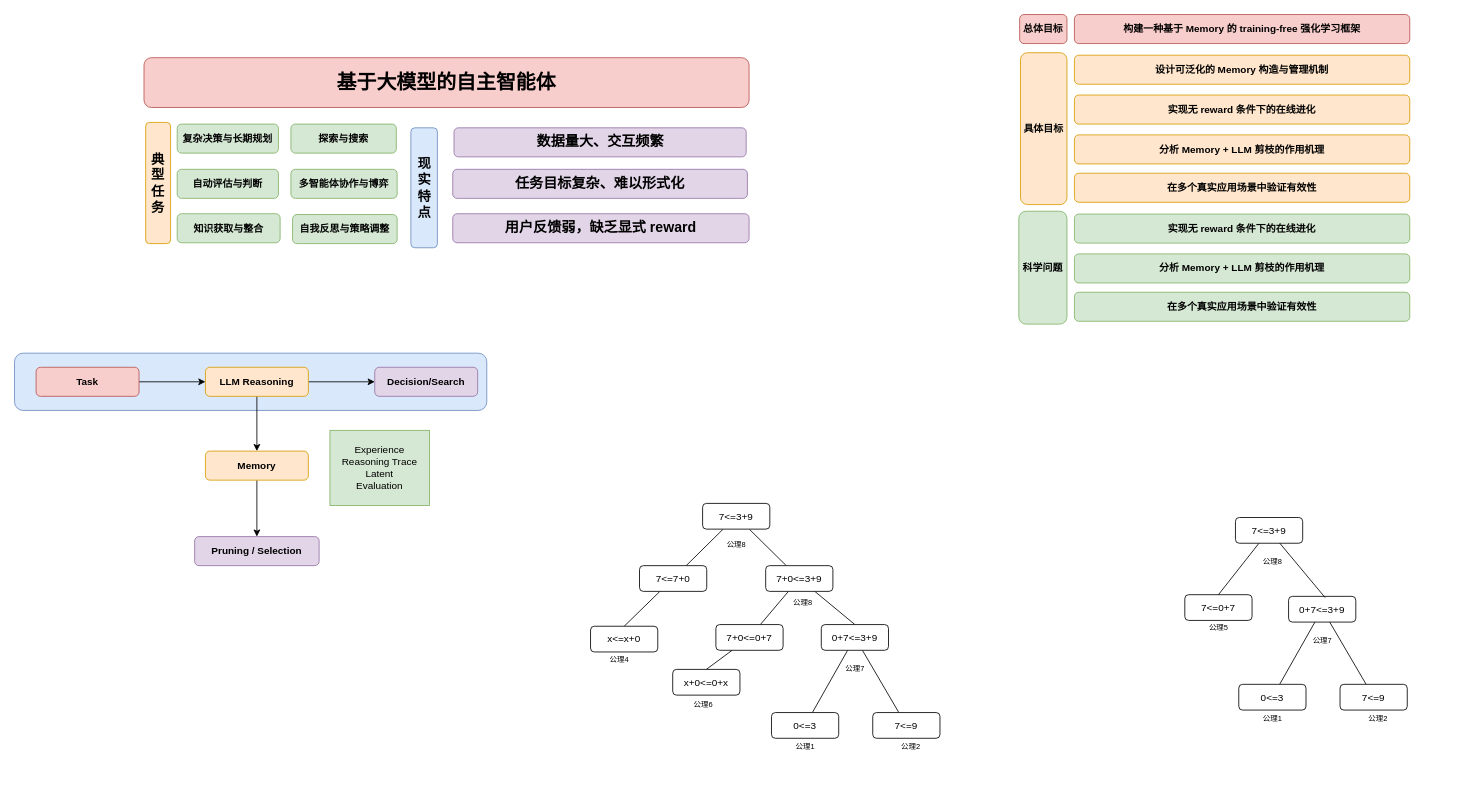
YiningZhang2002/BackUp keeps this draw.io diagram as 测试.drawio. Above is the earlier version. Source tidied: cells renumbered, new cells numbered last; positions are measured from the earlier drawing's top-left corner, leaving out a move shared by most shapes. Both pictures are drawn from the tidied source at 83%, with x=0, y=0 at pixel (14, 14).
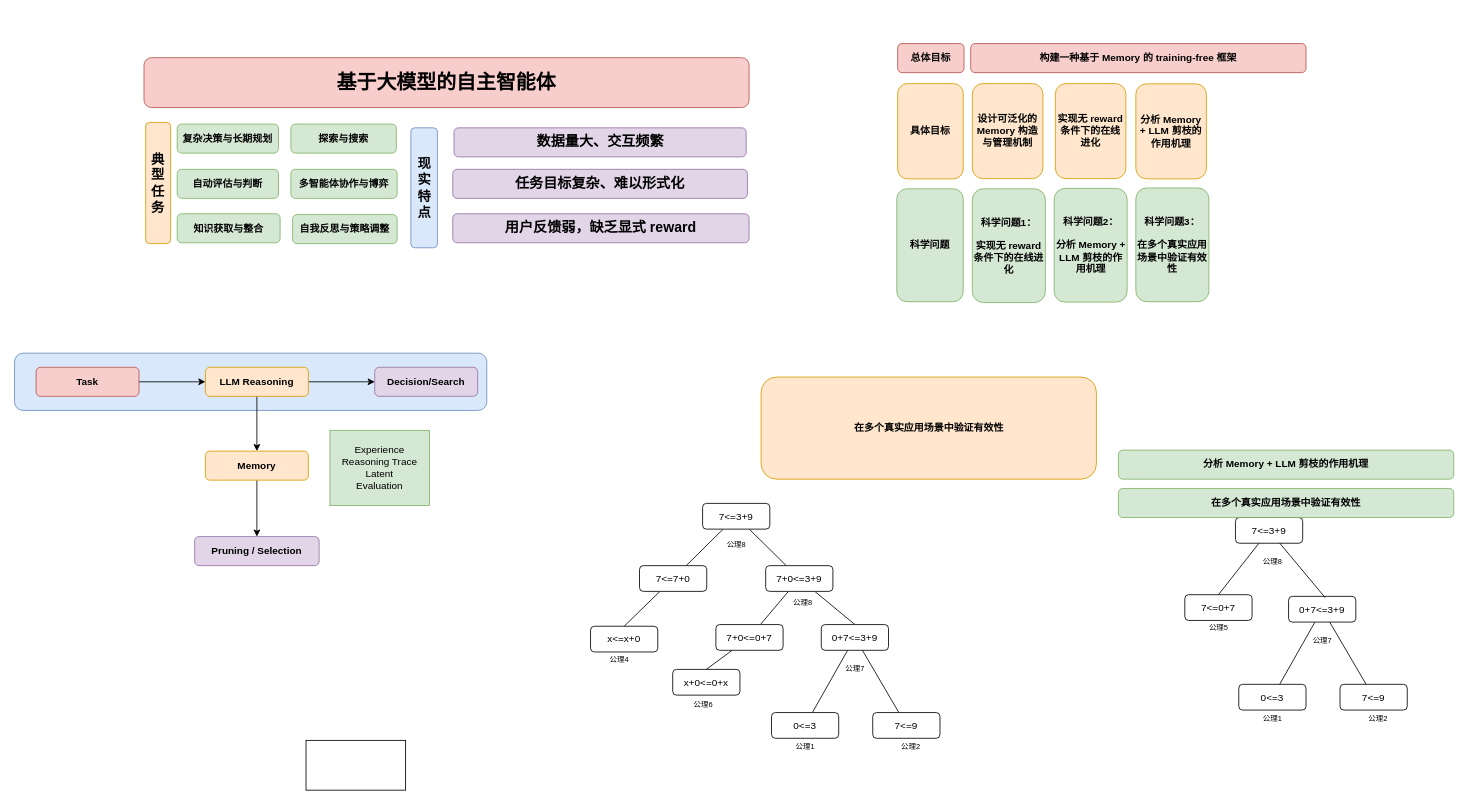
Above is the later version.

Change to the diagram source:
```diff
@@
     <mxCell id="63" value="&lt;b&gt;总体目标&lt;/b&gt;" style="rounded=1;whiteSpace=wrap;html=1;fillColor=#f8cecc;strokeColor=#b85450;" parent="1" vertex="1">
-      <mxGeometry x="1211" width="57" height="35" as="geometry" />
+      <mxGeometry x="1064" y="35" width="80" height="35" as="geometry" />
     </mxCell>
-    <mxCell id="64" value="&lt;b&gt;构建一种基于 Memory 的 training-free 强化学习框架&lt;/b&gt;" style="rounded=1;whiteSpace=wrap;html=1;fillColor=#f8cecc;strokeColor=#b85450;" parent="1" vertex="1">
-      <mxGeometry x="1277" width="404" height="35" as="geometry" />
+    <mxCell id="64" value="&lt;b&gt;构建一种基于 Memory 的 training-free 框架&lt;/b&gt;" style="rounded=1;whiteSpace=wrap;html=1;fillColor=#f8cecc;strokeColor=#b85450;" parent="1" vertex="1">
+      <mxGeometry x="1152" y="35" width="404" height="35" as="geometry" />
     </mxCell>
     <mxCell id="65" value="&lt;b&gt;具体目标&lt;/b&gt;" style="rounded=1;whiteSpace=wrap;html=1;fillColor=#ffe6cc;strokeColor=#d79b00;" parent="1" vertex="1">
-      <mxGeometry x="1212" y="46" width="56" height="183" as="geometry" />
+      <mxGeometry x="1064" y="83.2" width="79" height="114.8" as="geometry" />
     </mxCell>
     <mxCell id="66" value="&lt;b&gt;科学问题&lt;/b&gt;" style="rounded=1;whiteSpace=wrap;html=1;fillColor=#d5e8d4;strokeColor=#82b366;" parent="1" vertex="1">
-      <mxGeometry x="1210" y="237" width="58" height="136" as="geometry" />
+      <mxGeometry x="1063" y="210" width="80" height="136" as="geometry" />
     </mxCell>
     <mxCell id="67" value="&lt;b&gt;设计可泛化的 Memory 构造与管理机制&lt;/b&gt;" style="rounded=1;whiteSpace=wrap;html=1;fillColor=#ffe6cc;strokeColor=#d79b00;" parent="1" vertex="1">
-      <mxGeometry x="1277" y="49" width="404" height="35" as="geometry" />
+      <mxGeometry x="1154" y="83.2" width="85" height="114.5" as="geometry" />
     </mxCell>
-    <mxCell id="68" value="&lt;div&gt;&lt;div style=&quot;&quot;&gt;&lt;b&gt;实现无 reward 条件下的在线进化&lt;/b&gt;&lt;/div&gt;&lt;/div&gt;" style="rounded=1;whiteSpace=wrap;html=1;fillColor=#ffe6cc;strokeColor=#d79b00;" parent="1" vertex="1">
-      <mxGeometry x="1277" y="97" width="404" height="35" as="geometry" />
-    </mxCell>
-    <mxCell id="69" value="&lt;b&gt;分析 Memory + LLM 剪枝的作用机理&lt;/b&gt;" style="rounded=1;whiteSpace=wrap;html=1;fillColor=#ffe6cc;strokeColor=#d79b00;" parent="1" vertex="1">
-      <mxGeometry x="1277" y="145" width="404" height="35" as="geometry" />
-    </mxCell>
     <mxCell id="70" value="&lt;b&gt;在多个真实应用场景中验证有效性&lt;/b&gt;" style="rounded=1;whiteSpace=wrap;html=1;fillColor=#ffe6cc;strokeColor=#d79b00;" parent="1" vertex="1">
-      <mxGeometry x="1277" y="191.2" width="404" height="35" as="geometry" />
+      <mxGeometry x="899.5" y="436.8" width="404" height="123" as="geometry" />
     </mxCell>
-    <mxCell id="71" value="&lt;div&gt;&lt;div style=&quot;&quot;&gt;&lt;b&gt;实现无 reward 条件下的在线进化&lt;/b&gt;&lt;/div&gt;&lt;/div&gt;" style="rounded=1;whiteSpace=wrap;html=1;fillColor=#d5e8d4;strokeColor=#82b366;" parent="1" vertex="1">
-      <mxGeometry x="1277" y="240.4" width="404" height="35" as="geometry" />
+    <mxCell id="71" value="&lt;div&gt;&lt;div style=&quot;&quot;&gt;&lt;b&gt;科学问题1：&lt;/b&gt;&lt;/div&gt;&lt;div style=&quot;&quot;&gt;&lt;b&gt;&lt;br&gt;&lt;/b&gt;&lt;/div&gt;&lt;div style=&quot;&quot;&gt;&lt;b&gt;实现无 reward 条件下的在线进化&lt;/b&gt;&lt;/div&gt;&lt;/div&gt;" style="rounded=1;whiteSpace=wrap;html=1;fillColor=#d5e8d4;strokeColor=#82b366;" parent="1" vertex="1">
+      <mxGeometry x="1154" y="210" width="88" height="137" as="geometry" />
     </mxCell>
     <mxCell id="72" value="&lt;b&gt;分析 Memory + LLM 剪枝的作用机理&lt;/b&gt;" style="rounded=1;whiteSpace=wrap;html=1;fillColor=#d5e8d4;strokeColor=#82b366;" parent="1" vertex="1">
-      <mxGeometry x="1277" y="288.4" width="404" height="35" as="geometry" />
+      <mxGeometry x="1330" y="524.8" width="404" height="35" as="geometry" />
     </mxCell>
     <mxCell id="73" value="&lt;b&gt;在多个真实应用场景中验证有效性&lt;/b&gt;" style="rounded=1;whiteSpace=wrap;html=1;fillColor=#d5e8d4;strokeColor=#82b366;" parent="1" vertex="1">
-      <mxGeometry x="1277" y="334.6" width="404" height="35" as="geometry" />
+      <mxGeometry x="1330" y="571" width="404" height="35" as="geometry" />
     </mxCell>
+    <mxCell id="74" style="whiteSpace=wrap;html=1;" parent="1" vertex="1">
+      <mxGeometry x="351.2" y="874.5" width="120" height="60" as="geometry" />
+    </mxCell>
+    <mxCell id="68" value="&lt;b&gt;实现无 reward 条件下的在线进化&lt;/b&gt;" style="rounded=1;whiteSpace=wrap;html=1;fillColor=#ffe6cc;strokeColor=#d79b00;" parent="1" vertex="1">
+      <mxGeometry x="1254" y="83.2" width="85" height="114.5" as="geometry" />
+    </mxCell>
+    <mxCell id="69" value="&lt;b&gt;分析 Memory + LLM 剪枝的作用机理&lt;/b&gt;" style="rounded=1;whiteSpace=wrap;html=1;fillColor=#ffe6cc;strokeColor=#d79b00;" parent="1" vertex="1">
+      <mxGeometry x="1351" y="83.5" width="85" height="114.5" as="geometry" />
+    </mxCell>
+    <mxCell id="75" value="&lt;div style=&quot;&quot;&gt;&lt;b&gt;科学问题2：&lt;/b&gt;&lt;/div&gt;&lt;div style=&quot;&quot;&gt;&lt;b&gt;&lt;br&gt;&lt;/b&gt;&lt;/div&gt;&lt;div style=&quot;&quot;&gt;&lt;b&gt;分析 Memory + LLM 剪枝的作用机理&lt;/b&gt;&lt;/div&gt;" style="rounded=1;whiteSpace=wrap;html=1;fillColor=#d5e8d4;strokeColor=#82b366;" parent="1" vertex="1">
+      <mxGeometry x="1252.5" y="209.5" width="88" height="137" as="geometry" />
+    </mxCell>
+    <mxCell id="76" value="&lt;div style=&quot;&quot;&gt;&lt;b&gt;科学问题3：&lt;/b&gt;&lt;/div&gt;&lt;div style=&quot;&quot;&gt;&lt;b&gt;&lt;br&gt;&lt;/b&gt;&lt;/div&gt;&lt;div style=&quot;&quot;&gt;&lt;b&gt;在多个真实应用场景中验证有效性&lt;/b&gt;&lt;/div&gt;" style="rounded=1;whiteSpace=wrap;html=1;fillColor=#d5e8d4;strokeColor=#82b366;" parent="1" vertex="1">
+      <mxGeometry x="1351" y="209" width="88" height="137" as="geometry" />
+    </mxCell>
```
